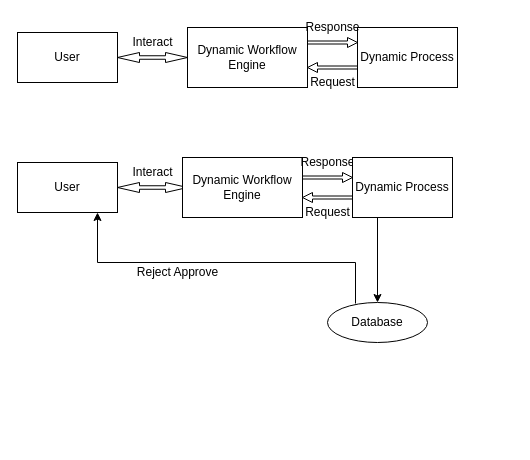
This is page "Page-1" (1 of 3) of Untitled Diagram.drawio from smokkin/nice-git, a draw.io file, before an edit. Source tidied: cells renumbered, new cells numbered last; positions are measured from the earlier drawing's top-left corner, leaving out a move shared by most shapes. Both pictures are drawn from the tidied source at 100%, with x=0, y=0 at pixel (17, 17).
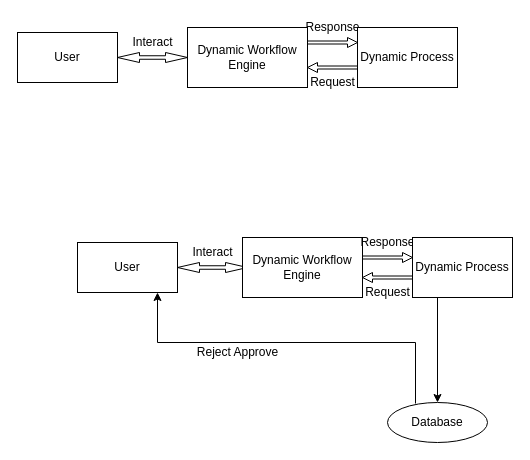
The same page after the edit.

Commit message (it also covers changes not shown here):
Flowchart for workflow

Change to the diagram source:
```diff
@@
+    <mxCell id="9" value="Response" style="text;html=1;align=center;verticalAlign=middle;strokeColor=none;fillColor=none;" parent="1" vertex="1">
+      <mxGeometry x="280" width="70" height="20" as="geometry" />
+    </mxCell>
+    <mxCell id="24" style="group;" parent="1" vertex="1">
+      <mxGeometry y="10" width="440" height="65" as="geometry" />
+    </mxCell>
-    <mxCell id="2" value="User" style="rounded=0;whiteSpace=wrap;html=1;" parent="1" vertex="1">
-      <mxGeometry y="15" width="100" height="50" as="geometry" />
+    <mxCell id="2" value="User" style="rounded=0;whiteSpace=wrap;html=1;" parent="24" vertex="1">
+      <mxGeometry y="5" width="100" height="50" as="geometry" />
     </mxCell>
-    <mxCell id="3" style="html=1;shadow=0;dashed=0;align=center;verticalAlign=middle;shape=mxgraph.arrows2.twoWayArrow;dy=0.65;dx=22;" parent="1" vertex="1">
-      <mxGeometry x="100" y="35" width="70" height="10" as="geometry" />
+    <mxCell id="3" style="html=1;shadow=0;dashed=0;align=center;verticalAlign=middle;shape=mxgraph.arrows2.twoWayArrow;dy=0.65;dx=22;" parent="24" vertex="1">
+      <mxGeometry x="100" y="25" width="70" height="10" as="geometry" />
     </mxCell>
-    <mxCell id="4" value="Interact" style="text;html=1;align=center;verticalAlign=middle;strokeColor=none;fillColor=none;" parent="1" vertex="1">
-      <mxGeometry x="105" y="15" width="60" height="20" as="geometry" />
+    <mxCell id="4" value="Interact" style="text;html=1;align=center;verticalAlign=middle;strokeColor=none;fillColor=none;" parent="24" vertex="1">
+      <mxGeometry x="105" y="5" width="60" height="20" as="geometry" />
     </mxCell>
-    <mxCell id="5" value="Dynamic Workflow&lt;br&gt;Engine" style="rounded=0;whiteSpace=wrap;html=1;" parent="1" vertex="1">
-      <mxGeometry x="170" y="10" width="120" height="60" as="geometry" />
+    <mxCell id="5" value="Dynamic Workflow&lt;br&gt;Engine" style="rounded=0;whiteSpace=wrap;html=1;" parent="24" vertex="1">
+      <mxGeometry x="170" width="120" height="60" as="geometry" />
     </mxCell>
-    <mxCell id="6" style="shape=singleArrow;whiteSpace=wrap;html=1;" parent="1" vertex="1">
-      <mxGeometry x="290" y="20" width="50" height="10" as="geometry" />
+    <mxCell id="6" style="shape=singleArrow;whiteSpace=wrap;html=1;" parent="24" vertex="1">
+      <mxGeometry x="290" y="10" width="50" height="10" as="geometry" />
     </mxCell>
-    <mxCell id="7" style="shape=singleArrow;direction=west;whiteSpace=wrap;html=1;" parent="1" vertex="1">
-      <mxGeometry x="290" y="45" width="50" height="10" as="geometry" />
+    <mxCell id="7" style="shape=singleArrow;direction=west;whiteSpace=wrap;html=1;" parent="24" vertex="1">
+      <mxGeometry x="290" y="35" width="50" height="10" as="geometry" />
     </mxCell>
-    <mxCell id="8" value="Dynamic Process" style="rounded=0;whiteSpace=wrap;html=1;" parent="1" vertex="1">
-      <mxGeometry x="340" y="10" width="100" height="60" as="geometry" />
+    <mxCell id="8" value="Dynamic Process" style="rounded=0;whiteSpace=wrap;html=1;" parent="24" vertex="1">
+      <mxGeometry x="340" width="100" height="60" as="geometry" />
     </mxCell>
-    <mxCell id="9" value="Response" style="text;html=1;align=center;verticalAlign=middle;strokeColor=none;fillColor=none;" parent="1" vertex="1">
-      <mxGeometry x="280" width="70" height="20" as="geometry" />
-    </mxCell>
-    <mxCell id="10" value="Request" style="text;html=1;align=center;verticalAlign=middle;strokeColor=none;fillColor=none;" parent="1" vertex="1">
-      <mxGeometry x="285" y="55" width="60" height="20" as="geometry" />
+    <mxCell id="10" value="Request" style="text;html=1;align=center;verticalAlign=middle;strokeColor=none;fillColor=none;" parent="24" vertex="1">
+      <mxGeometry x="285" y="45" width="60" height="20" as="geometry" />
     </mxCell>
+    <mxCell id="25" style="group;" parent="1" vertex="1">
+      <mxGeometry x="60" y="215" width="435" height="210" as="geometry" />
+    </mxCell>
+    <mxCell id="21" value="Database" style="ellipse;whiteSpace=wrap;html=1;align=center;newEdgeStyle={&quot;edgeStyle&quot;:&quot;entityRelationEdgeStyle&quot;,&quot;startArrow&quot;:&quot;none&quot;,&quot;endArrow&quot;:&quot;none&quot;,&quot;segment&quot;:10,&quot;curved&quot;:1};" parent="25" vertex="1">
+      <mxGeometry x="310" y="170" width="100" height="40" as="geometry" />
+    </mxCell>
+    <mxCell id="26" style="group;" parent="25" vertex="1">
+      <mxGeometry width="435" height="130" as="geometry" />
+    </mxCell>
-    <mxCell id="11" value="User" style="rounded=0;whiteSpace=wrap;html=1;" parent="1" vertex="1">
-      <mxGeometry y="145" width="100" height="50" as="geometry" />
+    <mxCell id="11" value="User" style="rounded=0;whiteSpace=wrap;html=1;" parent="26" vertex="1">
+      <mxGeometry y="10" width="100" height="50" as="geometry" />
     </mxCell>
-    <mxCell id="12" style="html=1;shadow=0;dashed=0;align=center;verticalAlign=middle;shape=mxgraph.arrows2.twoWayArrow;dy=0.65;dx=22;" parent="1" vertex="1">
-      <mxGeometry x="100" y="165" width="70" height="10" as="geometry" />
-    </mxCell>
+    <mxCell id="27" style="html=1;shadow=0;dashed=0;align=center;verticalAlign=middle;shape=mxgraph.arrows2.twoWayArrow;dy=0.65;dx=22;" parent="26" vertex="1">
+      <mxGeometry x="100" y="30" width="70" height="10" as="geometry" />
+    </mxCell>
-    <mxCell id="13" value="Interact" style="text;html=1;align=center;verticalAlign=middle;strokeColor=none;fillColor=none;" parent="1" vertex="1">
-      <mxGeometry x="105" y="145" width="60" height="20" as="geometry" />
+    <mxCell id="13" value="Interact" style="text;html=1;align=center;verticalAlign=middle;strokeColor=none;fillColor=none;" parent="26" vertex="1">
+      <mxGeometry x="105" y="10" width="60" height="20" as="geometry" />
     </mxCell>
-    <mxCell id="14" value="Dynamic Workflow&lt;br&gt;Engine" style="rounded=0;whiteSpace=wrap;html=1;" parent="1" vertex="1">
-      <mxGeometry x="165" y="140" width="120" height="60" as="geometry" />
+    <mxCell id="14" value="Dynamic Workflow&lt;br&gt;Engine" style="rounded=0;whiteSpace=wrap;html=1;" parent="26" vertex="1">
+      <mxGeometry x="165" y="5" width="120" height="60" as="geometry" />
     </mxCell>
-    <mxCell id="15" value="Response" style="text;html=1;align=center;verticalAlign=middle;strokeColor=none;fillColor=none;" parent="1" vertex="1">
-      <mxGeometry x="275" y="135" width="70" height="20" as="geometry" />
+    <mxCell id="15" value="Response" style="text;html=1;align=center;verticalAlign=middle;strokeColor=none;fillColor=none;" parent="26" vertex="1">
+      <mxGeometry x="275" width="70" height="20" as="geometry" />
     </mxCell>
-    <mxCell id="16" style="shape=singleArrow;whiteSpace=wrap;html=1;" parent="1" vertex="1">
-      <mxGeometry x="285" y="155" width="50" height="10" as="geometry" />
-    </mxCell>
-    <mxCell id="17" style="shape=singleArrow;direction=west;whiteSpace=wrap;html=1;" parent="1" vertex="1">
-      <mxGeometry x="285" y="175" width="50" height="10" as="geometry" />
-    </mxCell>
+    <mxCell id="28" style="shape=singleArrow;whiteSpace=wrap;html=1;" parent="26" vertex="1">
+      <mxGeometry x="285" y="20" width="50" height="10" as="geometry" />
+    </mxCell>
+    <mxCell id="29" style="shape=singleArrow;direction=west;whiteSpace=wrap;html=1;" parent="26" vertex="1">
+      <mxGeometry x="285" y="40" width="50" height="10" as="geometry" />
+    </mxCell>
-    <mxCell id="18" value="Request" style="text;html=1;align=center;verticalAlign=middle;strokeColor=none;fillColor=none;" parent="1" vertex="1">
-      <mxGeometry x="280" y="185" width="60" height="20" as="geometry" />
+    <mxCell id="18" value="Request" style="text;html=1;align=center;verticalAlign=middle;strokeColor=none;fillColor=none;" parent="26" vertex="1">
+      <mxGeometry x="280" y="50" width="60" height="20" as="geometry" />
     </mxCell>
+    <mxCell id="20" value="Dynamic Process" style="rounded=0;whiteSpace=wrap;html=1;" parent="26" vertex="1">
+      <mxGeometry x="335" y="5" width="100" height="60" as="geometry" />
+    </mxCell>
+    <mxCell id="30" style="endArrow=classic;html=1;rounded=0;edgeStyle=orthogonalEdgeStyle;exitX=0.28;exitY=0.025;exitDx=0;exitDy=0;exitPerimeter=0;" parent="26" edge="1" source="21">
+      <mxGeometry relative="1" as="geometry">
+        <mxPoint x="80" y="60" as="targetPoint" />
+        <Array as="points">
+          <mxPoint x="338" y="110" />
+          <mxPoint x="80" y="110" />
+          <mxPoint x="80" y="60" />
+        </Array>
+      </mxGeometry>
+    </mxCell>
+    <mxCell id="23" value="Reject Approve" style="text;html=1;align=center;verticalAlign=middle;strokeColor=none;fillColor=none;" parent="26" vertex="1">
+      <mxGeometry x="110" y="110" width="100" height="20" as="geometry" />
+    </mxCell>
-    <mxCell id="19" style="edgeStyle=orthogonalEdgeStyle;rounded=0;jettySize=auto;html=1;exitX=0.25;exitY=1;exitDx=0;exitDy=0;entryX=0.5;entryY=0;entryDx=0;entryDy=0;" parent="1" edge="1" source="20" target="21">
+    <mxCell id="19" style="edgeStyle=orthogonalEdgeStyle;rounded=0;jettySize=auto;html=1;exitX=0.25;exitY=1;exitDx=0;exitDy=0;entryX=0.5;entryY=0;entryDx=0;entryDy=0;" parent="25" edge="1" source="20" target="21">
       <mxGeometry relative="1" as="geometry" />
     </mxCell>
-    <mxCell id="20" value="Dynamic Process" style="rounded=0;whiteSpace=wrap;html=1;" parent="1" vertex="1">
-      <mxGeometry x="335" y="140" width="100" height="60" as="geometry" />
-    </mxCell>
-    <mxCell id="21" value="Database" style="ellipse;whiteSpace=wrap;html=1;align=center;newEdgeStyle={&quot;edgeStyle&quot;:&quot;entityRelationEdgeStyle&quot;,&quot;startArrow&quot;:&quot;none&quot;,&quot;endArrow&quot;:&quot;none&quot;,&quot;segment&quot;:10,&quot;curved&quot;:1};" parent="1" vertex="1">
-      <mxGeometry x="310" y="285" width="100" height="40" as="geometry" />
-    </mxCell>
-    <mxCell id="22" style="endArrow=classic;html=1;rounded=0;edgeStyle=orthogonalEdgeStyle;exitX=0.28;exitY=0.025;exitDx=0;exitDy=0;exitPerimeter=0;" parent="1" edge="1" source="21">
-      <mxGeometry relative="1" as="geometry">
-        <mxPoint x="80" y="195" as="targetPoint" />
-        <Array as="points">
-          <mxPoint x="338" y="245" />
-          <mxPoint x="80" y="245" />
-          <mxPoint x="80" y="195" />
-        </Array>
-      </mxGeometry>
-    </mxCell>
-    <mxCell id="23" value="Reject Approve" style="text;html=1;align=center;verticalAlign=middle;strokeColor=none;fillColor=none;" parent="1" vertex="1">
-      <mxGeometry x="110" y="245" width="100" height="20" as="geometry" />
-    </mxCell>
```
